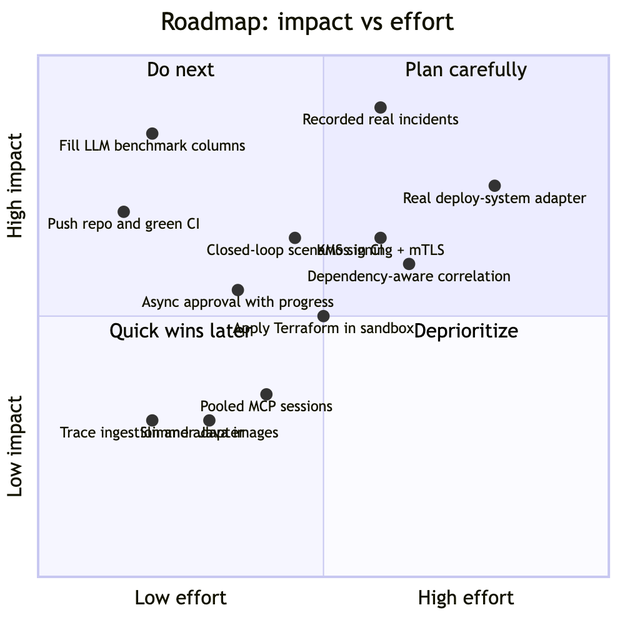
Before: docs/handbook/images/16-roadmap-quadrant.png, a diagram exported from Mermaid (abdulmdev/sentinel-incident-copilot). Its source is kept beside it as docs/handbook/diagrams/16-roadmap-quadrant.mmd. The source it was exported from:
```mermaid
quadrantChart
  title Roadmap: impact vs effort
  x-axis Low effort --> High effort
  y-axis Low impact --> High impact
  quadrant-1 Plan carefully
  quadrant-2 Do next
  quadrant-3 Quick wins later
  quadrant-4 Deprioritize
  Fill LLM benchmark columns: [0.2, 0.85]
  Push repo and green CI: [0.15, 0.7]
  Recorded real incidents: [0.6, 0.9]
  KMS signing + mTLS: [0.6, 0.65]
  Async approval with progress: [0.35, 0.55]
  Dependency-aware correlation: [0.65, 0.6]
  Closed-loop scenarios in CI: [0.45, 0.65]
  Real deploy-system adapter: [0.8, 0.75]
  Pooled MCP sessions: [0.4, 0.35]
  Slimmer Java images: [0.3, 0.3]
  Apply Terraform in sandbox: [0.5, 0.5]
  Trace ingestion and adapter: [0.2, 0.3]
```
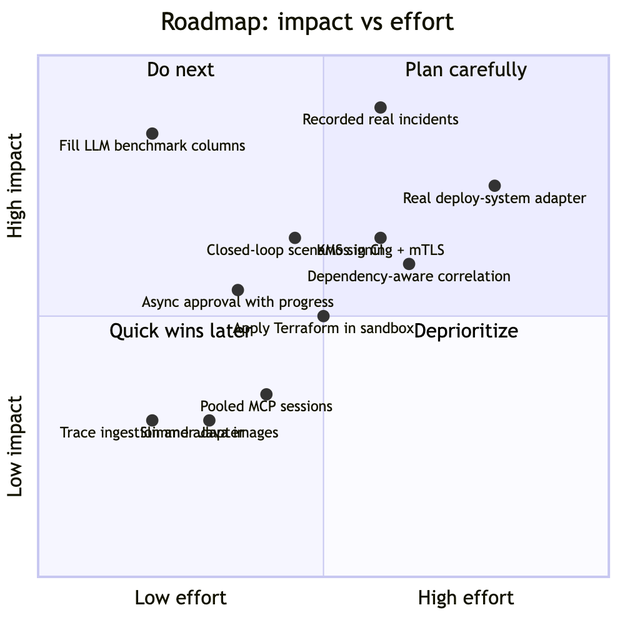
Above is the later version.

Diff of the diagram source:
```diff
@@ -7,7 +7,6 @@
   quadrant-3 Quick wins later
   quadrant-4 Deprioritize
   Fill LLM benchmark columns: [0.2, 0.85]
-  Push repo and green CI: [0.15, 0.7]
   Recorded real incidents: [0.6, 0.9]
   KMS signing + mTLS: [0.6, 0.65]
   Async approval with progress: [0.35, 0.55]
```
